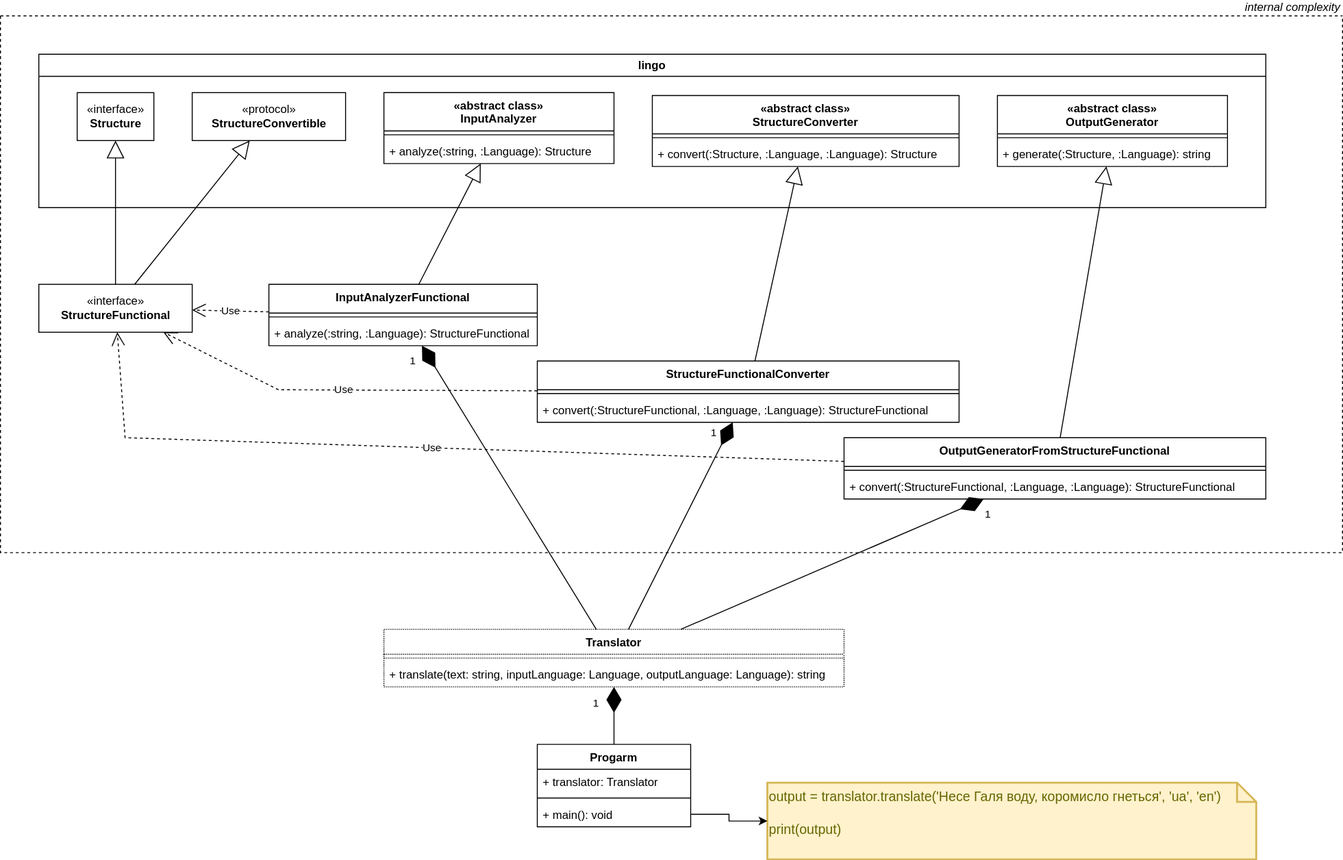
parzhitsky/interview-questions keeps this draw.io diagram as src/patterns/structural/facade/facade.diagram.svg. Above is the earlier version. Source tidied: cells renumbered, new cells last; positions are measured from the earlier drawing's top-left corner, leaving out a move shared by most shapes.
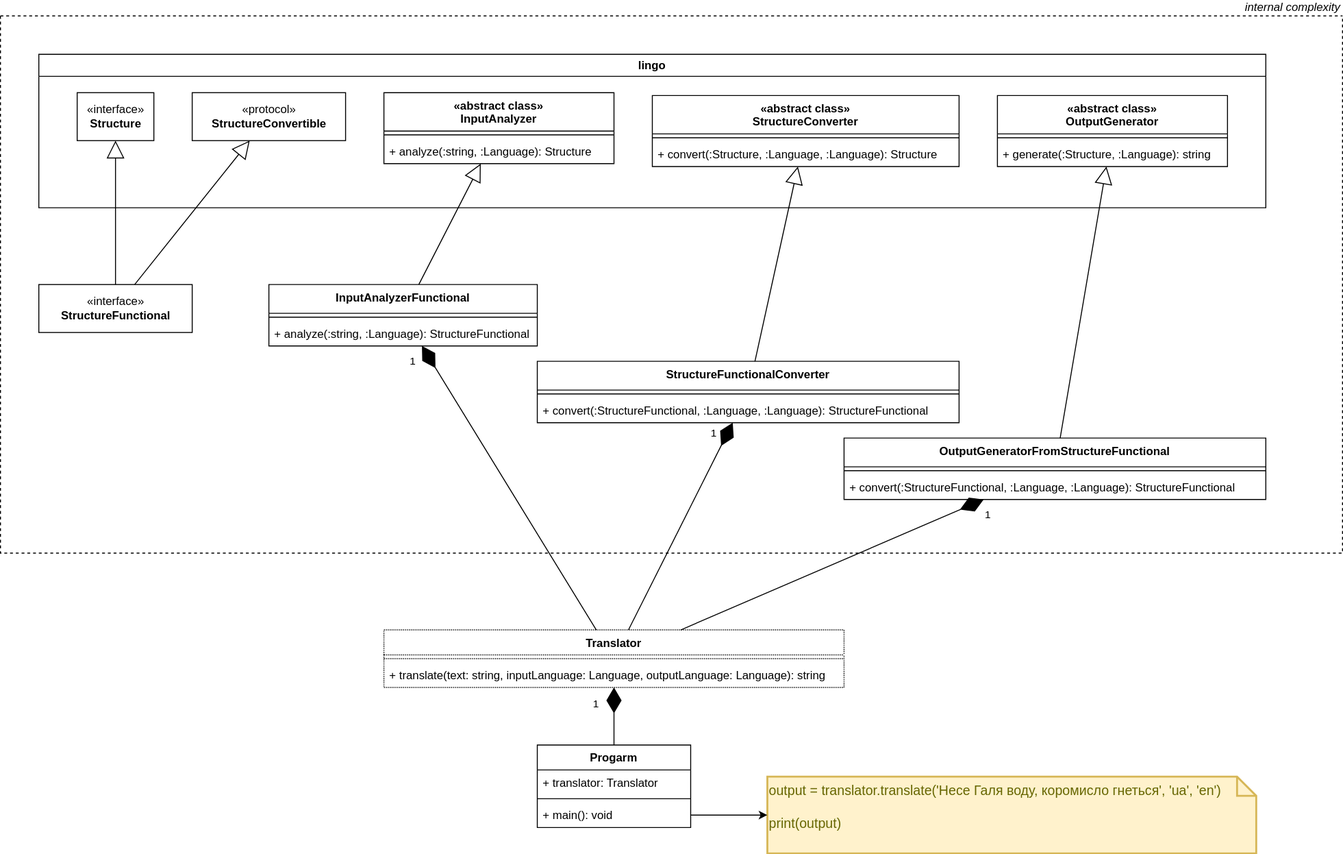
Above is the later version.

Commit message:
Tidy up diagram for Facade pattern

Diff of the diagram source:
```diff
@@ -62,9 +62,6 @@
     <mxCell id="21" value="+ analyze(:string, :Language): StructureFunctional" style="text;strokeColor=none;fillColor=none;align=left;verticalAlign=top;spacingLeft=4;spacingRight=4;overflow=hidden;" parent="19" vertex="1">
       <mxGeometry y="38" width="280" height="26" as="geometry" />
     </mxCell>
-    <mxCell id="22" value="Use" style="endArrow=open;endSize=12;dashed=1;html=1;rounded=0;" parent="2" edge="1" source="19" target="15">
-      <mxGeometry relative="1" as="geometry" />
-    </mxCell>
     <mxCell id="23" value="StructureFunctionalConverter" style="swimlane;fontStyle=1;align=center;verticalAlign=top;horizontal=1;startSize=30;" parent="2" vertex="1">
       <mxGeometry x="560" y="360" width="440" height="64" as="geometry" />
     </mxCell>
@@ -74,13 +71,6 @@
     <mxCell id="25" value="+ convert(:StructureFunctional, :Language, :Language): StructureFunctional" style="text;strokeColor=none;fillColor=none;align=left;verticalAlign=top;spacingLeft=4;spacingRight=4;overflow=hidden;" parent="23" vertex="1">
       <mxGeometry y="38" width="440" height="26" as="geometry" />
     </mxCell>
-    <mxCell id="26" value="Use" style="endArrow=open;endSize=12;dashed=1;html=1;rounded=0;" parent="2" edge="1" source="23" target="15">
-      <mxGeometry relative="1" as="geometry">
-        <Array as="points">
-          <mxPoint x="290" y="390" />
-        </Array>
-      </mxGeometry>
-    </mxCell>
     <mxCell id="27" style="endArrow=block;endSize=16;endFill=0;html=1;rounded=0;" parent="2" edge="1" source="23" target="9">
       <mxGeometry relative="1" as="geometry" />
     </mxCell>
@@ -96,13 +86,6 @@
     <mxCell id="31" style="endArrow=block;endSize=16;endFill=0;html=1;rounded=0;" parent="2" edge="1" source="28" target="12">
       <mxGeometry relative="1" as="geometry" />
     </mxCell>
-    <mxCell id="32" value="Use" style="endArrow=open;endSize=12;dashed=1;html=1;rounded=0;" parent="2" edge="1" source="28" target="15">
-      <mxGeometry relative="1" as="geometry">
-        <Array as="points">
-          <mxPoint x="130" y="440" />
-        </Array>
-      </mxGeometry>
-    </mxCell>
     <mxCell id="33" value="Translator" style="swimlane;fontStyle=1;align=center;verticalAlign=top;horizontal=1;startSize=26;dashed=1;dashPattern=1 1;" parent="1" vertex="1">
       <mxGeometry x="400" y="640" width="480" height="60" as="geometry" />
     </mxCell>
@@ -144,7 +127,7 @@
       </mxGeometry>
     </mxCell>
     <mxCell id="45" value="output = translator.translate('Несе Галя воду, коромисло гнеться', 'ua', 'en')&lt;br&gt;&lt;br&gt;print(output)" style="shape=note;strokeWidth=2;fontSize=14;size=20;whiteSpace=wrap;html=1;fillColor=#fff2cc;strokeColor=#d6b656;fontColor=#666600;fontFamily=Helvetica;align=left;verticalAlign=top;" parent="1" vertex="1">
-      <mxGeometry x="800" y="800" width="510" height="80" as="geometry" />
+      <mxGeometry x="800" y="793" width="510" height="80" as="geometry" />
     </mxCell>
     <mxCell id="46" style="edgeStyle=orthogonalEdgeStyle;rounded=0;jettySize=auto;html=1;fontFamily=Helvetica;" parent="1" edge="1" source="42" target="45">
       <mxGeometry relative="1" as="geometry" />
```
